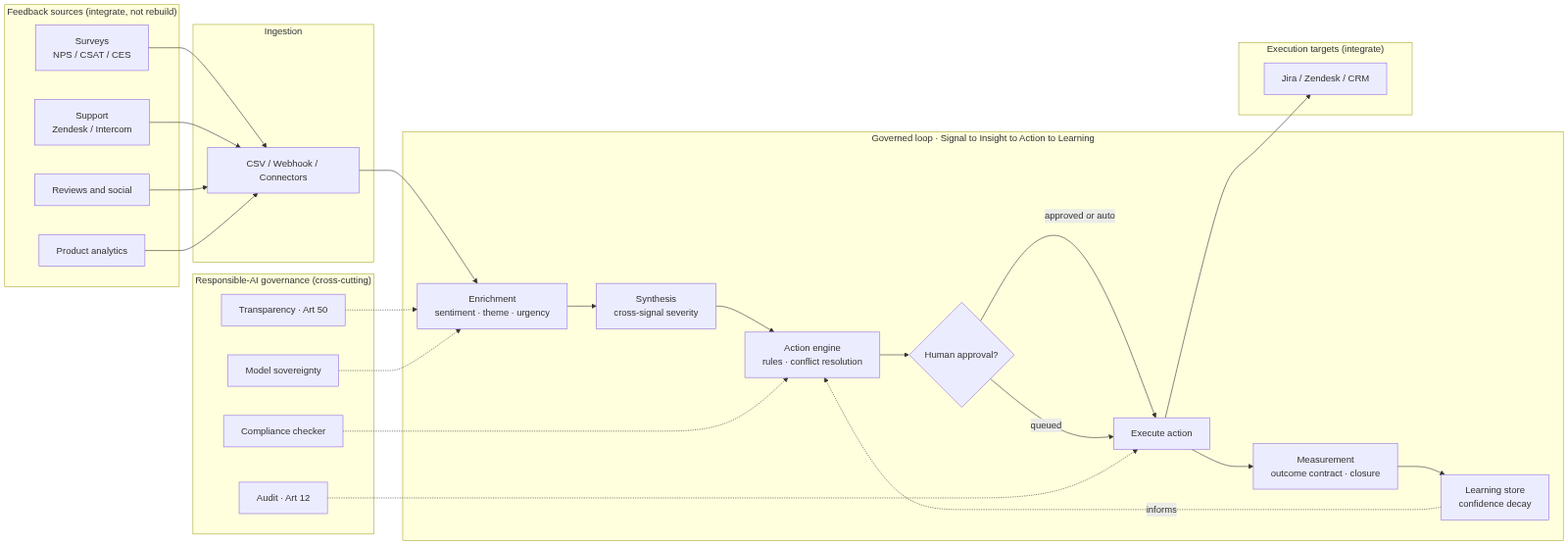
fogu13/CLARA keeps this Mermaid diagram as thesis/diagrams/rendered/01_architecture_logical.png. Above is the earlier version. Its source is kept beside it as thesis/diagrams/01_architecture_logical.mmd.
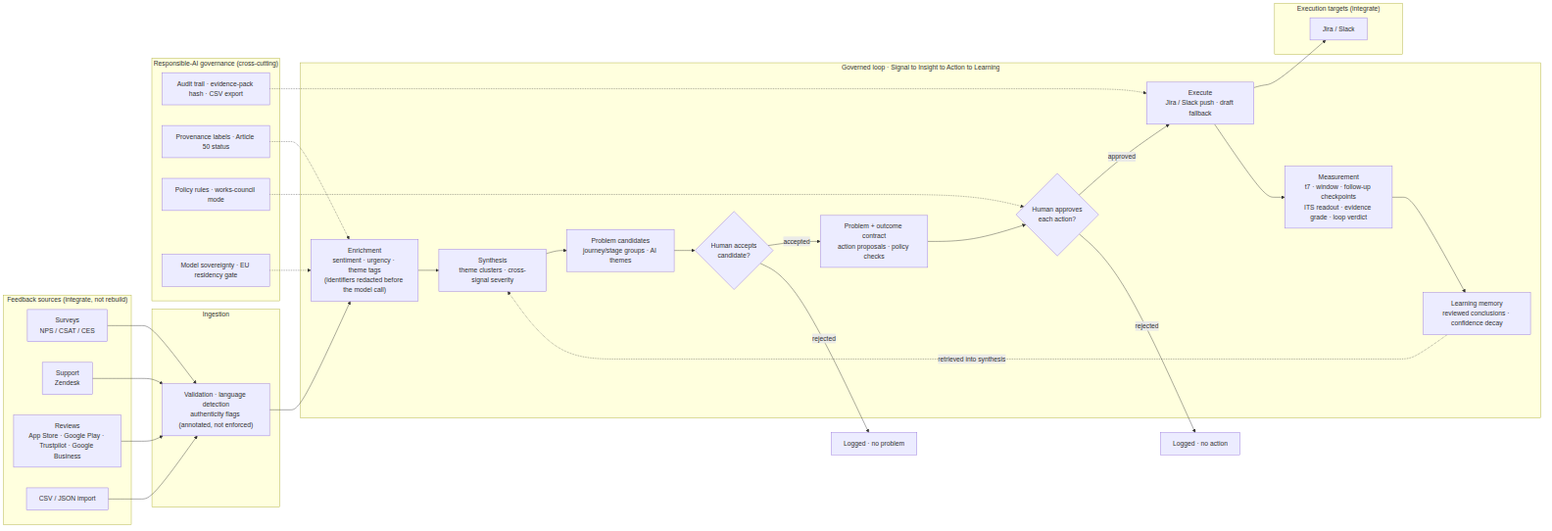
After the commit.

What changed in the source:
```diff
@@ -1,47 +1,51 @@
 flowchart LR
     subgraph SRC["Feedback sources (integrate, not rebuild)"]
         S1["Surveys<br/>NPS / CSAT / CES"]
-        S2["Support<br/>Zendesk / Intercom"]
-        S3["Reviews and social"]
-        S4["Product analytics"]
+        S2["Support<br/>Zendesk"]
+        S3["Reviews<br/>App Store · Google Play · Trustpilot · Google Business"]
+        S4["CSV / JSON import"]
     end
 
     subgraph ING["Ingestion"]
-        I1["CSV / Webhook / Connectors"]
+        I1["Validation · language detection<br/>authenticity flags (annotated, not enforced)"]
     end
 
     subgraph CORE["Governed loop · Signal to Insight to Action to Learning"]
-        E["Enrichment<br/>sentiment · theme · urgency"]
-        SY["Synthesis<br/>cross-signal severity"]
-        R["Action engine<br/>rules · conflict resolution"]
-        AP{"Human approval?"}
-        EX["Execute action"]
-        M["Measurement<br/>outcome contract · closure"]
-        L["Learning store<br/>confidence decay"]
+        E["Enrichment<br/>sentiment · urgency · theme tags<br/>(identifiers redacted before the model call)"]
+        SY["Synthesis<br/>theme clusters · cross-signal severity"]
+        C["Problem candidates<br/>journey/stage groups · AI themes"]
+        H1{"Human accepts<br/>candidate?"}
+        P["Problem + outcome contract<br/>action proposals · policy checks"]
+        AP{"Human approves<br/>each action?"}
+        EX["Execute<br/>Jira / Slack push · draft fallback"]
+        M["Measurement<br/>t7 · window · follow-up checkpoints<br/>ITS readout · evidence grade · loop verdict"]
+        L["Learning memory<br/>reviewed conclusions · confidence decay"]
     end
 
     subgraph OUT["Execution targets (integrate)"]
-        O1["Jira / Zendesk / CRM"]
+        O1["Jira / Slack"]
     end
 
     subgraph GOV["Responsible-AI governance (cross-cutting)"]
-        G1["Audit · Art 12"]
-        G2["Transparency · Art 50"]
-        G3["Compliance checker"]
-        G4["Model sovereignty"]
+        G1["Audit trail · evidence-pack hash · CSV export"]
+        G2["Provenance labels · Article 50 status"]
+        G3["Policy rules · works-council mode"]
+        G4["Model sovereignty · EU residency gate"]
     end
 
     S1 --> I1
     S2 --> I1
     S3 --> I1
     S4 --> I1
-    I1 --> E --> SY --> R --> AP
-    AP -->|"approved or auto"| EX
-    AP -->|"queued"| EX
+    I1 --> E --> SY --> C --> H1
+    H1 -->|"accepted"| P --> AP
+    H1 -->|"rejected"| X1["Logged · no problem"]
+    AP -->|"approved"| EX
+    AP -->|"rejected"| X2["Logged · no action"]
     EX --> O1
     EX --> M --> L
-    L -.->|"informs"| R
+    L -.->|"retrieved into synthesis"| SY
     G1 -.-> EX
     G2 -.-> E
-    G3 -.-> R
+    G3 -.-> AP
     G4 -.-> E
```
